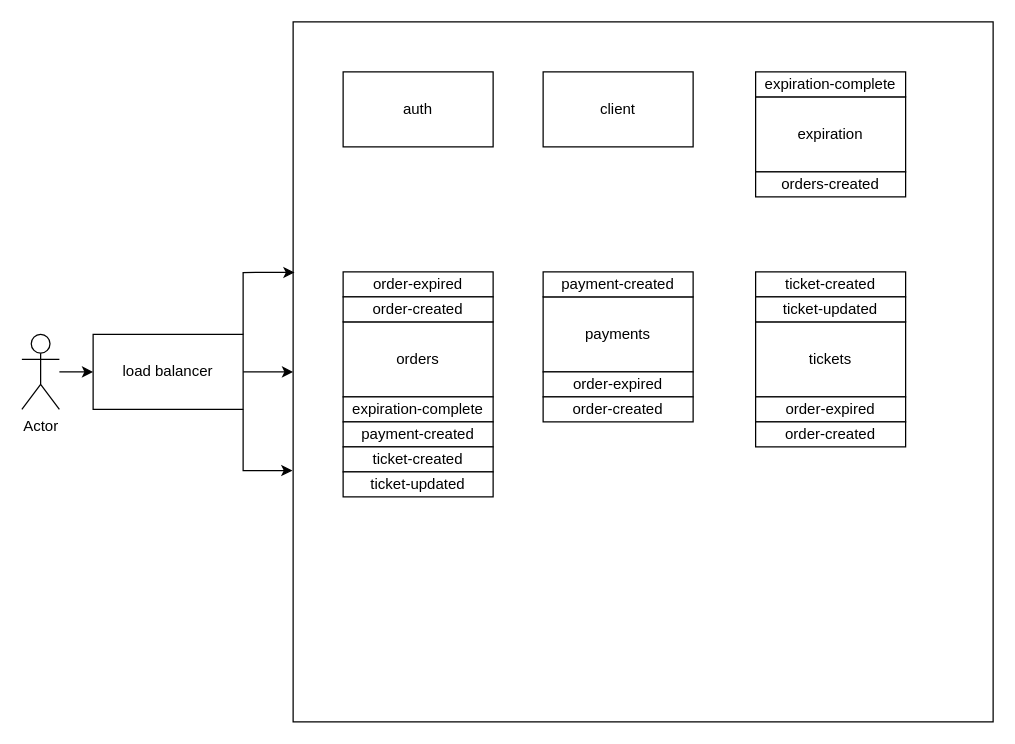
Before: Tazaker.drawio in markmorcos/Tazaker, a draw.io diagram. Source tidied: cells renumbered, new cells numbered last; positions are measured from the earlier drawing's top-left corner, leaving out a move shared by most shapes. Both pictures are drawn from the tidied source at 125%, with x=0, y=0 at pixel (21, 21).
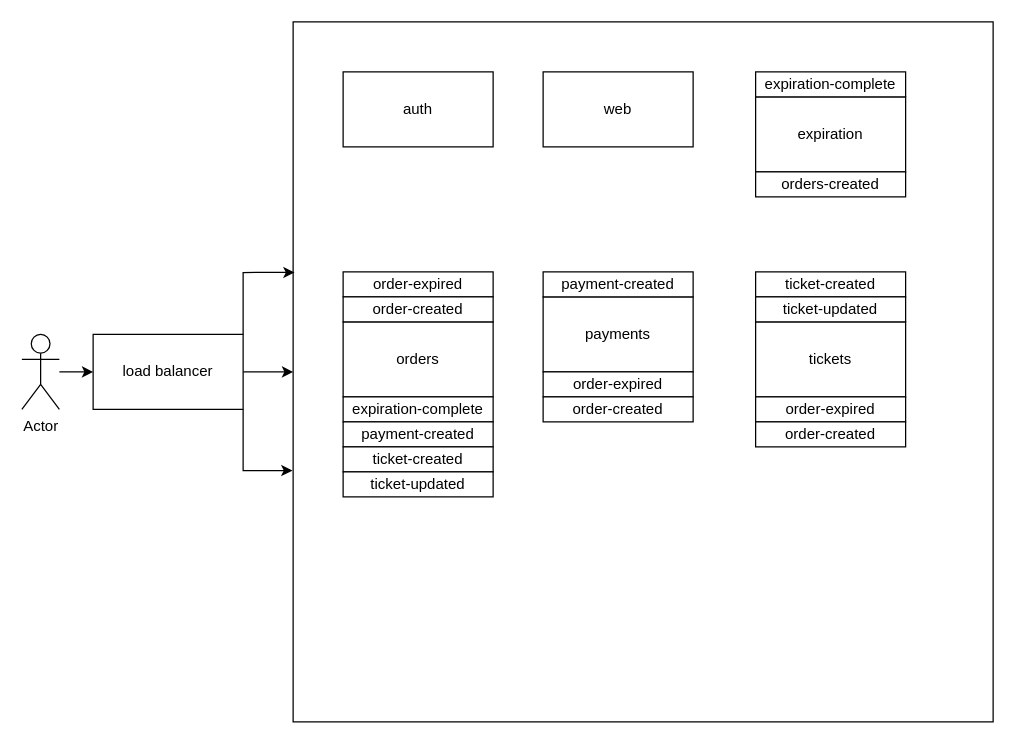
After the change.

What changed in the source:
```diff
@@
-    <mxCell id="8" value="client" style="rounded=0;whiteSpace=wrap;html=1;fontStyle=0;" parent="1" vertex="1">
+    <mxCell id="8" value="web" style="rounded=0;whiteSpace=wrap;html=1;fontStyle=0;" parent="1" vertex="1">
       <mxGeometry x="417" y="40" width="120" height="60" as="geometry" />
     </mxCell>
```
